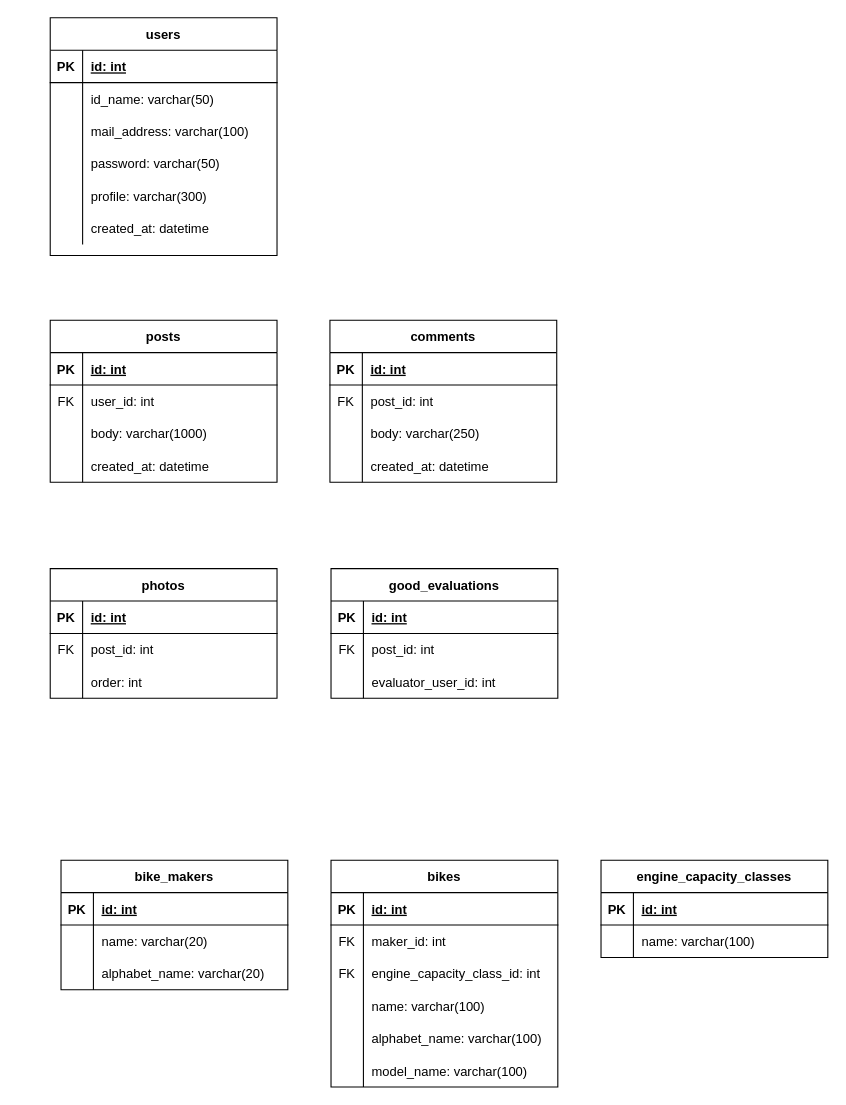
Earlier version of the draw.io diagram page "トランザクション系" (1 of 2) of er_diagram.drawio (takumi-kawaguchi/bike_sns). Source tidied: cells renumbered, new cells numbered last; positions are measured from the earlier drawing's top-left corner, leaving out a move shared by most shapes. Both pictures are drawn from the tidied source at 108%, with x=0, y=0 at pixel (50, 17).
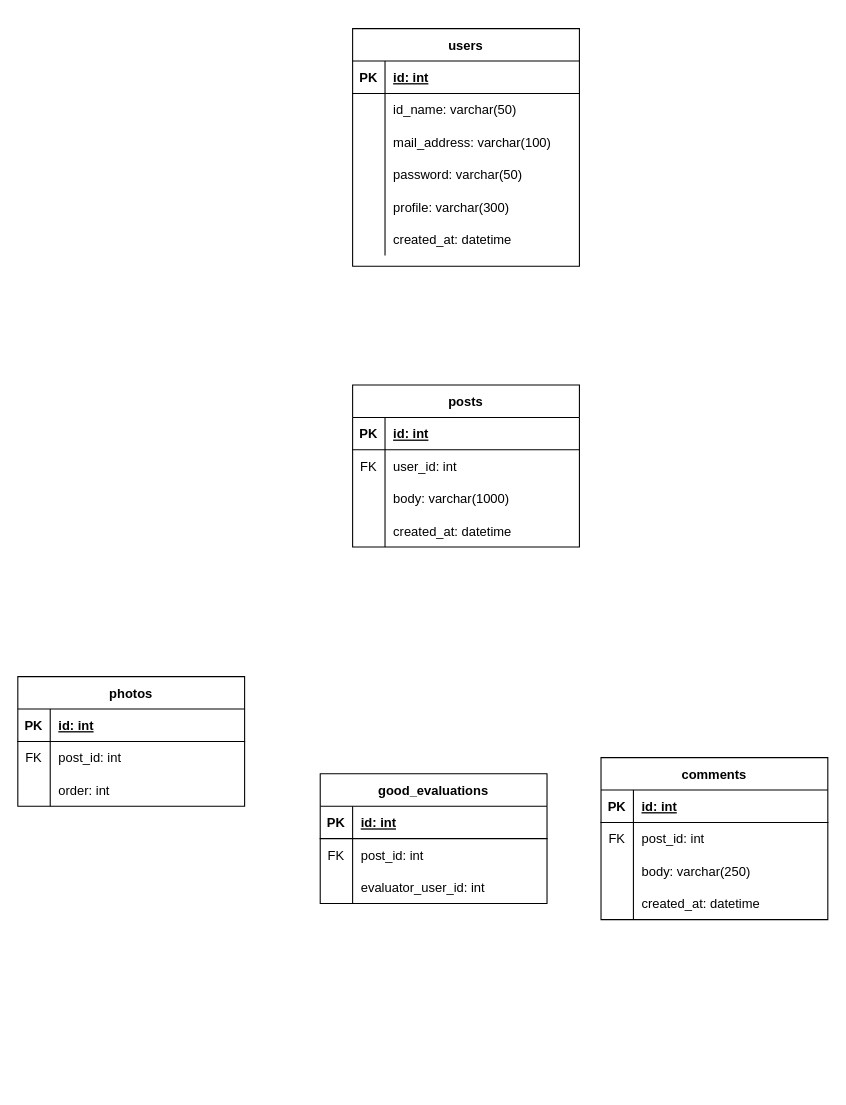
Above is the later version.

Commit message:
[update]トランザクション系とマスター系で分ける

Diff of the diagram source:
```diff
@@
     <mxCell id="2" value="users" style="shape=table;startSize=30;childLayout=tableLayout;rowLines=0;fontStyle=1;align=center;" parent="1" vertex="1">
-      <mxGeometry width="210" height="220" as="geometry" />
+      <mxGeometry x="280" y="10" width="210" height="220" as="geometry" />
     </mxCell>
@@
     <mxCell id="21" value="posts" style="shape=table;startSize=30;childLayout=tableLayout;rowLines=0;fontStyle=1;align=center;" parent="1" vertex="1">
-      <mxGeometry y="280" width="210" height="150" as="geometry" />
+      <mxGeometry x="280" y="340" width="210" height="150" as="geometry" />
     </mxCell>
@@
     <mxCell id="34" value="comments" style="shape=table;startSize=30;childLayout=tableLayout;rowLines=0;fontStyle=1;align=center;" parent="1" vertex="1">
-      <mxGeometry x="259" y="280" width="210" height="150" as="geometry" />
+      <mxGeometry x="510" y="685" width="210" height="150" as="geometry" />
     </mxCell>
@@
     <mxCell id="47" value="photos" style="shape=table;startSize=30;childLayout=tableLayout;rowLines=0;fontStyle=1;align=center;" parent="1" vertex="1">
-      <mxGeometry y="510" width="210" height="120" as="geometry" />
+      <mxGeometry x="-30" y="610" width="210" height="120" as="geometry" />
     </mxCell>
@@
     <mxCell id="57" value="good_evaluations" style="shape=table;startSize=30;childLayout=tableLayout;rowLines=0;fontStyle=1;align=center;" parent="1" vertex="1">
-      <mxGeometry x="260" y="510" width="210" height="120" as="geometry" />
+      <mxGeometry x="250" y="700" width="210" height="120" as="geometry" />
     </mxCell>
@@
-    <mxCell id="67" value="bike_makers" style="shape=table;startSize=30;childLayout=tableLayout;rowLines=0;fontStyle=1;align=center;" parent="1" vertex="1">
-      <mxGeometry x="10" y="780" width="210" height="120" as="geometry" />
-    </mxCell>
-    <mxCell id="68" style="shape=partialRectangle;fillColor=none;top=0;left=0;bottom=1;right=0;" parent="67" vertex="1">
-      <mxGeometry y="30" width="210" height="30" as="geometry" />
-    </mxCell>
-    <mxCell id="69" value="PK" style="shape=partialRectangle;fillColor=none;top=0;left=0;bottom=0;right=0;fontStyle=1;overflow=hidden;" parent="68" vertex="1">
-      <mxGeometry width="30" height="30" as="geometry" />
-    </mxCell>
-    <mxCell id="70" value="id: int" style="shape=partialRectangle;fillColor=none;top=0;left=0;bottom=0;right=0;align=left;spacingLeft=6;fontStyle=5;overflow=hidden;" parent="68" vertex="1">
-      <mxGeometry x="30" width="180" height="30" as="geometry" />
-    </mxCell>
-    <mxCell id="71" style="shape=partialRectangle;fillColor=none;top=0;left=0;bottom=0;right=0;" parent="67" vertex="1">
-      <mxGeometry y="60" width="210" height="30" as="geometry" />
-    </mxCell>
-    <mxCell id="72" style="shape=partialRectangle;fillColor=none;top=0;left=0;bottom=0;right=0;fontStyle=0;overflow=hidden;" parent="71" vertex="1">
-      <mxGeometry width="30" height="30" as="geometry" />
-    </mxCell>
-    <mxCell id="73" value="name: varchar(20)" style="shape=partialRectangle;fillColor=none;top=0;left=0;bottom=0;right=0;align=left;spacingLeft=6;fontStyle=0;overflow=hidden;" parent="71" vertex="1">
-      <mxGeometry x="30" width="180" height="30" as="geometry" />
-    </mxCell>
-    <mxCell id="74" style="shape=partialRectangle;fillColor=none;top=0;left=0;bottom=0;right=0;" parent="67" vertex="1">
-      <mxGeometry y="90" width="210" height="30" as="geometry" />
-    </mxCell>
-    <mxCell id="75" style="shape=partialRectangle;fillColor=none;top=0;left=0;bottom=0;right=0;overflow=hidden;" parent="74" vertex="1">
-      <mxGeometry width="30" height="30" as="geometry" />
-    </mxCell>
-    <mxCell id="76" value="alphabet_name: varchar(20)" style="shape=partialRectangle;fillColor=none;top=0;left=0;bottom=0;right=0;align=left;spacingLeft=6;overflow=hidden;" parent="74" vertex="1">
-      <mxGeometry x="30" width="180" height="30" as="geometry" />
-    </mxCell>
-    <mxCell id="77" value="bikes" style="shape=table;startSize=30;childLayout=tableLayout;rowLines=0;fontStyle=1;align=center;" parent="1" vertex="1">
-      <mxGeometry x="260" y="780" width="210" height="210" as="geometry" />
-    </mxCell>
-    <mxCell id="78" style="shape=partialRectangle;fillColor=none;top=0;left=0;bottom=1;right=0;" parent="77" vertex="1">
-      <mxGeometry y="30" width="210" height="30" as="geometry" />
-    </mxCell>
-    <mxCell id="79" value="PK" style="shape=partialRectangle;fillColor=none;top=0;left=0;bottom=0;right=0;fontStyle=1;overflow=hidden;" parent="78" vertex="1">
-      <mxGeometry width="30" height="30" as="geometry" />
-    </mxCell>
-    <mxCell id="80" value="id: int" style="shape=partialRectangle;fillColor=none;top=0;left=0;bottom=0;right=0;align=left;spacingLeft=6;fontStyle=5;overflow=hidden;" parent="78" vertex="1">
-      <mxGeometry x="30" width="180" height="30" as="geometry" />
-    </mxCell>
-    <mxCell id="81" style="shape=partialRectangle;fillColor=none;top=0;left=0;bottom=0;right=0;" parent="77" vertex="1">
-      <mxGeometry y="60" width="210" height="30" as="geometry" />
-    </mxCell>
-    <mxCell id="82" value="FK" style="shape=partialRectangle;fillColor=none;top=0;left=0;bottom=0;right=0;fontStyle=0;overflow=hidden;" parent="81" vertex="1">
-      <mxGeometry width="30" height="30" as="geometry" />
-    </mxCell>
-    <mxCell id="83" value="maker_id: int" style="shape=partialRectangle;fillColor=none;top=0;left=0;bottom=0;right=0;align=left;spacingLeft=6;fontStyle=0;overflow=hidden;" parent="81" vertex="1">
-      <mxGeometry x="30" width="180" height="30" as="geometry" />
-    </mxCell>
-    <mxCell id="84" style="shape=partialRectangle;fillColor=none;top=0;left=0;bottom=0;right=0;" parent="77" vertex="1">
-      <mxGeometry y="90" width="210" height="30" as="geometry" />
-    </mxCell>
-    <mxCell id="85" value="FK" style="shape=partialRectangle;fillColor=none;top=0;left=0;bottom=0;right=0;overflow=hidden;" parent="84" vertex="1">
-      <mxGeometry width="30" height="30" as="geometry" />
-    </mxCell>
-    <mxCell id="86" value="engine_capacity_class_id: int" style="shape=partialRectangle;fillColor=none;top=0;left=0;bottom=0;right=0;align=left;spacingLeft=6;overflow=hidden;" parent="84" vertex="1">
-      <mxGeometry x="30" width="180" height="30" as="geometry" />
-    </mxCell>
-    <mxCell id="87" style="shape=partialRectangle;fillColor=none;top=0;left=0;bottom=0;right=0;" parent="77" vertex="1">
-      <mxGeometry y="120" width="210" height="30" as="geometry" />
-    </mxCell>
-    <mxCell id="88" style="shape=partialRectangle;fillColor=none;top=0;left=0;bottom=0;right=0;fontStyle=0;overflow=hidden;" parent="87" vertex="1">
-      <mxGeometry width="30" height="30" as="geometry" />
-    </mxCell>
-    <mxCell id="89" value="name: varchar(100)" style="shape=partialRectangle;fillColor=none;top=0;left=0;bottom=0;right=0;align=left;spacingLeft=6;fontStyle=0;overflow=hidden;" parent="87" vertex="1">
-      <mxGeometry x="30" width="180" height="30" as="geometry" />
-    </mxCell>
-    <mxCell id="90" style="shape=partialRectangle;fillColor=none;top=0;left=0;bottom=0;right=0;" parent="77" vertex="1">
-      <mxGeometry y="150" width="210" height="30" as="geometry" />
-    </mxCell>
-    <mxCell id="91" style="shape=partialRectangle;fillColor=none;top=0;left=0;bottom=0;right=0;overflow=hidden;" parent="90" vertex="1">
-      <mxGeometry width="30" height="30" as="geometry" />
-    </mxCell>
-    <mxCell id="92" value="alphabet_name: varchar(100)" style="shape=partialRectangle;fillColor=none;top=0;left=0;bottom=0;right=0;align=left;spacingLeft=6;overflow=hidden;" parent="90" vertex="1">
-      <mxGeometry x="30" width="180" height="30" as="geometry" />
-    </mxCell>
-    <mxCell id="93" style="shape=partialRectangle;fillColor=none;top=0;left=0;bottom=0;right=0;" parent="77" vertex="1">
-      <mxGeometry y="180" width="210" height="30" as="geometry" />
-    </mxCell>
-    <mxCell id="94" style="shape=partialRectangle;fillColor=none;top=0;left=0;bottom=0;right=0;overflow=hidden;" parent="93" vertex="1">
-      <mxGeometry width="30" height="30" as="geometry" />
-    </mxCell>
-    <mxCell id="95" value="model_name: varchar(100)" style="shape=partialRectangle;fillColor=none;top=0;left=0;bottom=0;right=0;align=left;spacingLeft=6;overflow=hidden;" parent="93" vertex="1">
-      <mxGeometry x="30" width="180" height="30" as="geometry" />
-    </mxCell>
-    <mxCell id="96" value="engine_capacity_classes" style="shape=table;startSize=30;childLayout=tableLayout;rowLines=0;fontStyle=1;align=center;" parent="1" vertex="1">
-      <mxGeometry x="510" y="780" width="210" height="90" as="geometry" />
-    </mxCell>
-    <mxCell id="97" style="shape=partialRectangle;fillColor=none;top=0;left=0;bottom=1;right=0;" parent="96" vertex="1">
-      <mxGeometry y="30" width="210" height="30" as="geometry" />
-    </mxCell>
-    <mxCell id="98" value="PK" style="shape=partialRectangle;fillColor=none;top=0;left=0;bottom=0;right=0;fontStyle=1;overflow=hidden;" parent="97" vertex="1">
-      <mxGeometry width="30" height="30" as="geometry" />
-    </mxCell>
-    <mxCell id="99" value="id: int" style="shape=partialRectangle;fillColor=none;top=0;left=0;bottom=0;right=0;align=left;spacingLeft=6;fontStyle=5;overflow=hidden;" parent="97" vertex="1">
-      <mxGeometry x="30" width="180" height="30" as="geometry" />
-    </mxCell>
-    <mxCell id="100" style="shape=partialRectangle;fillColor=none;top=0;left=0;bottom=0;right=0;" parent="96" vertex="1">
-      <mxGeometry y="60" width="210" height="30" as="geometry" />
-    </mxCell>
-    <mxCell id="101" style="shape=partialRectangle;fillColor=none;top=0;left=0;bottom=0;right=0;fontStyle=0;overflow=hidden;" parent="100" vertex="1">
-      <mxGeometry width="30" height="30" as="geometry" />
-    </mxCell>
-    <mxCell id="102" value="name: varchar(100)" style="shape=partialRectangle;fillColor=none;top=0;left=0;bottom=0;right=0;align=left;spacingLeft=6;fontStyle=0;overflow=hidden;" parent="100" vertex="1">
-      <mxGeometry x="30" width="180" height="30" as="geometry" />
-    </mxCell>
```
